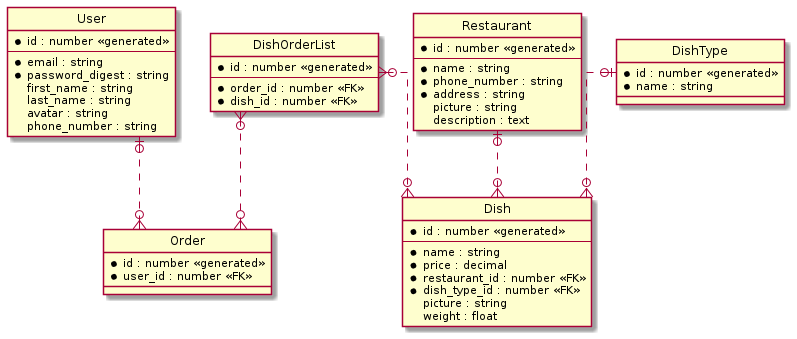
bozhenaboichuk/Lunch keeps this PlantUML diagram as diagrams/database.png. Above is the earlier version.
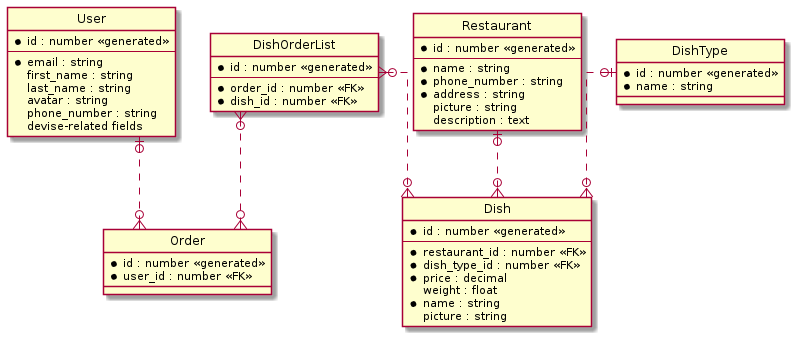
After the change.

Commit message:
Update database diagram

What changed in the source:
```diff
@@ -8,11 +8,11 @@
 	* id : number <<generated>>
 	--
 	* email : string
-	* password_digest : string
 	first_name : string
 	last_name : string
 	avatar : string
 	phone_number : string
+	devise-related fields
 }
 
 entity Restaurant {
@@ -28,12 +28,12 @@
 entity Dish {
 	* id : number <<generated>>
 	--
-	* name : string
-	* price : decimal
 	* restaurant_id : number <<FK>>
 	* dish_type_id : number <<FK>>
+	* price : decimal
+	weight : float
+	* name : string
 	picture : string
-	weight : float
 }
 
 entity DishType {
```
